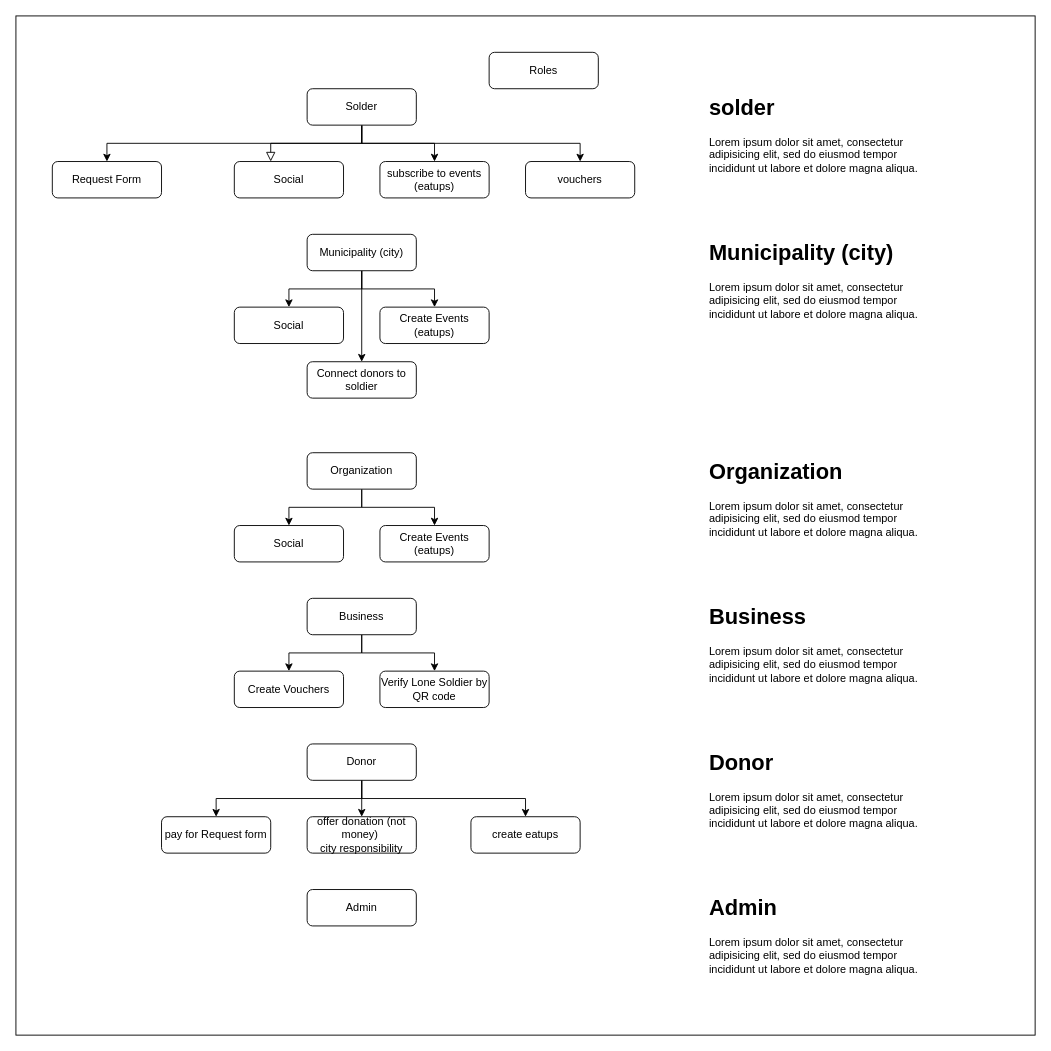
Above: lonesoldier.drawio in liavbenshimon/lone-soldier (draw.io), before the change. Source tidied: cells renumbered, new cells numbered last; positions are measured from the earlier drawing's top-left corner, leaving out a move shared by most shapes. Both pictures are drawn from the tidied source at 91%, with x=0, y=0 at pixel (15, 15).
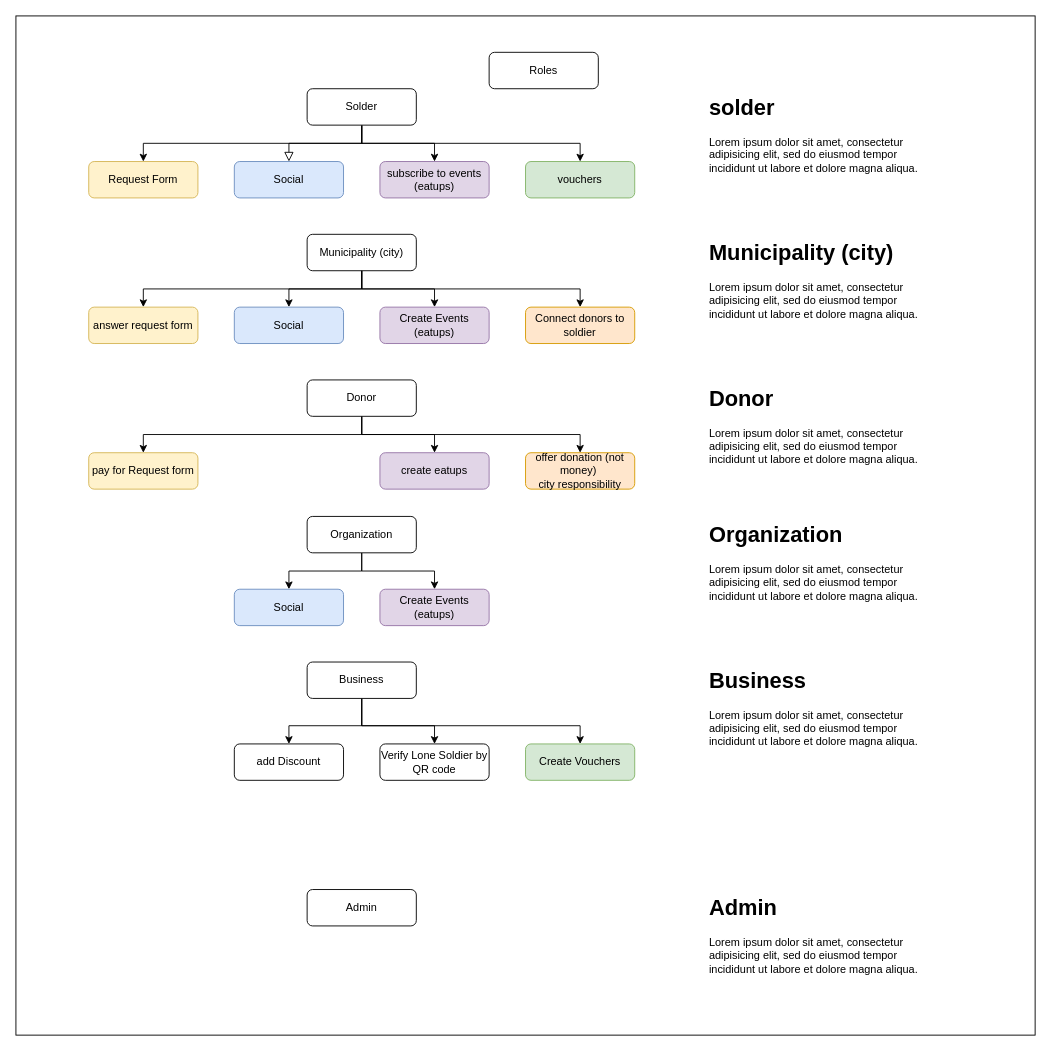
The same diagram, later.

Unchanged cells that the change refers to:
```xml
<mxCell id="7" value="Solder" style="rounded=1;whiteSpace=wrap;html=1;fontSize=12;glass=0;strokeWidth=1;shadow=0;" parent="1" vertex="1">
  <mxGeometry x="320" y="80" width="120" height="40" as="geometry" />
</mxCell>
<mxCell id="25" value="Municipality (city)" style="rounded=1;whiteSpace=wrap;html=1;fontSize=12;glass=0;strokeWidth=1;shadow=0;" parent="1" vertex="1">
  <mxGeometry x="320" y="240" width="120" height="40" as="geometry" />
</mxCell>
```

Diff of the diagram source:
```diff
@@
-    <mxCell id="3" style="rounded=0;html=1;jettySize=auto;fontSize=11;endArrow=block;endFill=0;endSize=8;strokeWidth=1;shadow=0;labelBackgroundColor=none;edgeStyle=orthogonalEdgeStyle;" parent="1" edge="1" source="7">
+    <mxCell id="3" style="rounded=0;html=1;jettySize=auto;fontSize=11;endArrow=block;endFill=0;endSize=8;strokeWidth=1;shadow=0;labelBackgroundColor=none;edgeStyle=orthogonalEdgeStyle;entryX=0.5;entryY=0;entryDx=0;entryDy=0;" parent="1" edge="1" source="7" target="11">
       <mxGeometry relative="1" as="geometry">
-        <mxPoint x="280" y="160" as="targetPoint" />
         <Array as="points">
           <mxPoint x="380" y="140" />
-          <mxPoint x="280" y="140" />
+          <mxPoint x="300" y="140" />
         </Array>
       </mxGeometry>
     </mxCell>
@@
     <mxCell id="6" style="edgeStyle=orthogonalEdgeStyle;rounded=0;jettySize=auto;html=1;entryX=0.5;entryY=0;entryDx=0;entryDy=0;" parent="1" edge="1" source="7" target="14">
       <mxGeometry relative="1" as="geometry">
         <Array as="points">
           <mxPoint x="380" y="140" />
-          <mxPoint x="100" y="140" />
+          <mxPoint x="140" y="140" />
         </Array>
       </mxGeometry>
     </mxCell>
@@
     <mxCell id="10" value="Organization" style="rounded=1;whiteSpace=wrap;html=1;fontSize=12;glass=0;strokeWidth=1;shadow=0;" parent="1" vertex="1">
-      <mxGeometry x="320" y="480" width="120" height="40" as="geometry" />
+      <mxGeometry x="320" y="550" width="120" height="40" as="geometry" />
     </mxCell>
-    <mxCell id="11" value="Social" style="rounded=1;whiteSpace=wrap;html=1;fontSize=12;glass=0;strokeWidth=1;shadow=0;" parent="1" vertex="1">
+    <mxCell id="11" value="Social" style="rounded=1;whiteSpace=wrap;html=1;fontSize=12;glass=0;strokeWidth=1;shadow=0;fillColor=#dae8fc;strokeColor=#6c8ebf;" parent="1" vertex="1">
       <mxGeometry x="240" y="160" width="120" height="40" as="geometry" />
     </mxCell>
-    <mxCell id="12" value="subscribe to events&lt;br&gt;(eatups)" style="rounded=1;whiteSpace=wrap;html=1;fontSize=12;glass=0;strokeWidth=1;shadow=0;" parent="1" vertex="1">
+    <mxCell id="12" value="subscribe to events&lt;br&gt;(eatups)" style="rounded=1;whiteSpace=wrap;html=1;fontSize=12;glass=0;strokeWidth=1;shadow=0;fillColor=#e1d5e7;strokeColor=#9673a6;" parent="1" vertex="1">
       <mxGeometry x="400" y="160" width="120" height="40" as="geometry" />
     </mxCell>
-    <mxCell id="13" value="vouchers" style="rounded=1;whiteSpace=wrap;html=1;fontSize=12;glass=0;strokeWidth=1;shadow=0;" parent="1" vertex="1">
+    <mxCell id="13" value="vouchers" style="rounded=1;whiteSpace=wrap;html=1;fontSize=12;glass=0;strokeWidth=1;shadow=0;fillColor=#d5e8d4;strokeColor=#82b366;" parent="1" vertex="1">
       <mxGeometry x="560" y="160" width="120" height="40" as="geometry" />
     </mxCell>
-    <mxCell id="14" value="Request Form" style="rounded=1;whiteSpace=wrap;html=1;fontSize=12;glass=0;strokeWidth=1;shadow=0;" parent="1" vertex="1">
-      <mxGeometry x="40" y="160" width="120" height="40" as="geometry" />
+    <mxCell id="14" value="Request Form" style="rounded=1;whiteSpace=wrap;html=1;fontSize=12;glass=0;strokeWidth=1;shadow=0;fillColor=#fff2cc;strokeColor=#d6b656;" parent="1" vertex="1">
+      <mxGeometry x="80" y="160" width="120" height="40" as="geometry" />
     </mxCell>
-    <mxCell id="15" value="Create Events (eatups)" style="rounded=1;whiteSpace=wrap;html=1;fontSize=12;glass=0;strokeWidth=1;shadow=0;" parent="1" vertex="1">
-      <mxGeometry x="400" y="560" width="120" height="40" as="geometry" />
+    <mxCell id="15" value="Create Events (eatups)" style="rounded=1;whiteSpace=wrap;html=1;fontSize=12;glass=0;strokeWidth=1;shadow=0;fillColor=#e1d5e7;strokeColor=#9673a6;" parent="1" vertex="1">
+      <mxGeometry x="400" y="630" width="120" height="40" as="geometry" />
     </mxCell>
-    <mxCell id="16" value="Social" style="rounded=1;whiteSpace=wrap;html=1;fontSize=12;glass=0;strokeWidth=1;shadow=0;" parent="1" vertex="1">
-      <mxGeometry x="240" y="560" width="120" height="40" as="geometry" />
+    <mxCell id="16" value="Social" style="rounded=1;whiteSpace=wrap;html=1;fontSize=12;glass=0;strokeWidth=1;shadow=0;fillColor=#dae8fc;strokeColor=#6c8ebf;" parent="1" vertex="1">
+      <mxGeometry x="240" y="630" width="120" height="40" as="geometry" />
     </mxCell>
     <mxCell id="17" style="edgeStyle=orthogonalEdgeStyle;rounded=0;jettySize=auto;html=1;" parent="1" edge="1" source="19" target="20">
-      <mxGeometry relative="1" as="geometry" />
+      <mxGeometry relative="1" as="geometry">
+        <Array as="points">
+          <mxPoint x="380" y="780" />
+          <mxPoint x="620" y="780" />
+        </Array>
+      </mxGeometry>
     </mxCell>
     <mxCell id="18" style="edgeStyle=orthogonalEdgeStyle;rounded=0;jettySize=auto;html=1;" parent="1" edge="1" source="19" target="21">
-      <mxGeometry relative="1" as="geometry" />
+      <mxGeometry relative="1" as="geometry">
+        <Array as="points">
+          <mxPoint x="380" y="780" />
+          <mxPoint x="460" y="780" />
+        </Array>
+      </mxGeometry>
     </mxCell>
+    <mxCell id="44" style="edgeStyle=orthogonalEdgeStyle;rounded=0;jettySize=auto;html=1;" parent="1" edge="1" source="19" target="47">
+      <mxGeometry relative="1" as="geometry">
+        <Array as="points">
+          <mxPoint x="380" y="780" />
+          <mxPoint x="300" y="780" />
+        </Array>
+      </mxGeometry>
+    </mxCell>
     <mxCell id="19" value="Business" style="rounded=1;whiteSpace=wrap;html=1;fontSize=12;glass=0;strokeWidth=1;shadow=0;" parent="1" vertex="1">
-      <mxGeometry x="320" y="640" width="120" height="40" as="geometry" />
+      <mxGeometry x="320" y="710" width="120" height="40" as="geometry" />
     </mxCell>
-    <mxCell id="20" value="Create Vouchers" style="rounded=1;whiteSpace=wrap;html=1;fontSize=12;glass=0;strokeWidth=1;shadow=0;" parent="1" vertex="1">
-      <mxGeometry x="240" y="720" width="120" height="40" as="geometry" />
+    <mxCell id="20" value="Create Vouchers" style="rounded=1;whiteSpace=wrap;html=1;fontSize=12;glass=0;strokeWidth=1;shadow=0;fillColor=#d5e8d4;strokeColor=#82b366;" parent="1" vertex="1">
+      <mxGeometry x="560" y="800" width="120" height="40" as="geometry" />
     </mxCell>
     <mxCell id="21" value="Verify Lone Soldier by QR code" style="rounded=1;whiteSpace=wrap;html=1;fontSize=12;glass=0;strokeWidth=1;shadow=0;" parent="1" vertex="1">
-      <mxGeometry x="400" y="720" width="120" height="40" as="geometry" />
+      <mxGeometry x="400" y="800" width="120" height="40" as="geometry" />
     </mxCell>
     <mxCell id="22" style="edgeStyle=orthogonalEdgeStyle;rounded=0;jettySize=auto;html=1;" parent="1" edge="1" source="25" target="26">
-      <mxGeometry relative="1" as="geometry" />
+      <mxGeometry relative="1" as="geometry">
+        <Array as="points">
+          <mxPoint x="380" y="300" />
+          <mxPoint x="300" y="300" />
+        </Array>
+      </mxGeometry>
     </mxCell>
@@
     <mxCell id="24" style="edgeStyle=orthogonalEdgeStyle;rounded=0;jettySize=auto;html=1;entryX=0.5;entryY=0;entryDx=0;entryDy=0;" parent="1" edge="1" source="25" target="28">
-      <mxGeometry relative="1" as="geometry" />
+      <mxGeometry relative="1" as="geometry">
+        <Array as="points">
+          <mxPoint x="380" y="300" />
+          <mxPoint x="140" y="300" />
+        </Array>
+      </mxGeometry>
     </mxCell>
@@
-    <mxCell id="26" value="Social" style="rounded=1;whiteSpace=wrap;html=1;fontSize=12;glass=0;strokeWidth=1;shadow=0;" parent="1" vertex="1">
+    <mxCell id="26" value="Social" style="rounded=1;whiteSpace=wrap;html=1;fontSize=12;glass=0;strokeWidth=1;shadow=0;fillColor=#dae8fc;strokeColor=#6c8ebf;" parent="1" vertex="1">
       <mxGeometry x="240" y="320" width="120" height="40" as="geometry" />
     </mxCell>
-    <mxCell id="27" value="Create Events (eatups)" style="rounded=1;whiteSpace=wrap;html=1;fontSize=12;glass=0;strokeWidth=1;shadow=0;" parent="1" vertex="1">
+    <mxCell id="27" value="Create Events (eatups)" style="rounded=1;whiteSpace=wrap;html=1;fontSize=12;glass=0;strokeWidth=1;shadow=0;fillColor=#e1d5e7;strokeColor=#9673a6;" parent="1" vertex="1">
       <mxGeometry x="400" y="320" width="120" height="40" as="geometry" />
     </mxCell>
-    <mxCell id="28" value="Connect donors to soldier" style="rounded=1;whiteSpace=wrap;html=1;fontSize=12;glass=0;strokeWidth=1;shadow=0;" parent="1" vertex="1">
-      <mxGeometry x="320" y="380" width="120" height="40" as="geometry" />
+    <mxCell id="28" value="answer request form" style="rounded=1;whiteSpace=wrap;html=1;fontSize=12;glass=0;strokeWidth=1;shadow=0;fillColor=#fff2cc;strokeColor=#d6b656;" parent="1" vertex="1">
+      <mxGeometry x="80" y="320" width="120" height="40" as="geometry" />
     </mxCell>
     <mxCell id="29" style="edgeStyle=orthogonalEdgeStyle;rounded=0;jettySize=auto;html=1;" parent="1" edge="1" source="32" target="33">
       <mxGeometry relative="1" as="geometry">
         <Array as="points">
-          <mxPoint x="380" y="860" />
-          <mxPoint x="220" y="860" />
+          <mxPoint x="380" y="460" />
+          <mxPoint x="140" y="460" />
         </Array>
       </mxGeometry>
     </mxCell>
     <mxCell id="30" style="edgeStyle=orthogonalEdgeStyle;rounded=0;jettySize=auto;html=1;" parent="1" edge="1" source="32" target="34">
-      <mxGeometry relative="1" as="geometry" />
+      <mxGeometry relative="1" as="geometry">
+        <Array as="points">
+          <mxPoint x="380" y="460" />
+          <mxPoint x="620" y="460" />
+        </Array>
+      </mxGeometry>
     </mxCell>
     <mxCell id="31" style="edgeStyle=orthogonalEdgeStyle;rounded=0;jettySize=auto;html=1;" parent="1" edge="1" source="32" target="35">
       <mxGeometry relative="1" as="geometry">
         <Array as="points">
-          <mxPoint x="380" y="860" />
-          <mxPoint x="560" y="860" />
+          <mxPoint x="380" y="460" />
+          <mxPoint x="460" y="460" />
         </Array>
       </mxGeometry>
     </mxCell>
     <mxCell id="32" value="Donor" style="rounded=1;whiteSpace=wrap;html=1;fontSize=12;glass=0;strokeWidth=1;shadow=0;" parent="1" vertex="1">
-      <mxGeometry x="320" y="800" width="120" height="40" as="geometry" />
+      <mxGeometry x="320" y="400" width="120" height="40" as="geometry" />
     </mxCell>
-    <mxCell id="33" value="pay for Request form" style="rounded=1;whiteSpace=wrap;html=1;fontSize=12;glass=0;strokeWidth=1;shadow=0;" parent="1" vertex="1">
-      <mxGeometry x="160" y="880" width="120" height="40" as="geometry" />
+    <mxCell id="33" value="pay for Request form" style="rounded=1;whiteSpace=wrap;html=1;fontSize=12;glass=0;strokeWidth=1;shadow=0;fillColor=#fff2cc;strokeColor=#d6b656;" parent="1" vertex="1">
+      <mxGeometry x="80" y="480" width="120" height="40" as="geometry" />
     </mxCell>
-    <mxCell id="34" value="offer donation (not money)&amp;nbsp;&lt;br&gt;city responsibility" style="rounded=1;whiteSpace=wrap;html=1;fontSize=12;glass=0;strokeWidth=1;shadow=0;" parent="1" vertex="1">
-      <mxGeometry x="320" y="880" width="120" height="40" as="geometry" />
+    <mxCell id="34" value="offer donation (not money)&amp;nbsp;&lt;br&gt;city responsibility" style="rounded=1;whiteSpace=wrap;html=1;fontSize=12;glass=0;strokeWidth=1;shadow=0;fillColor=#ffe6cc;strokeColor=#d79b00;" parent="1" vertex="1">
+      <mxGeometry x="560" y="480" width="120" height="40" as="geometry" />
     </mxCell>
-    <mxCell id="35" value="create eatups" style="rounded=1;whiteSpace=wrap;html=1;fontSize=12;glass=0;strokeWidth=1;shadow=0;" parent="1" vertex="1">
-      <mxGeometry x="500" y="880" width="120" height="40" as="geometry" />
+    <mxCell id="35" value="create eatups" style="rounded=1;whiteSpace=wrap;html=1;fontSize=12;glass=0;strokeWidth=1;shadow=0;fillColor=#e1d5e7;strokeColor=#9673a6;" parent="1" vertex="1">
+      <mxGeometry x="400" y="480" width="120" height="40" as="geometry" />
     </mxCell>
@@
     <mxCell id="38" value="&lt;h1 style=&quot;margin-top: 0px;&quot;&gt;Organization&lt;/h1&gt;&lt;p&gt;Lorem ipsum dolor sit amet, consectetur adipisicing elit, sed do eiusmod tempor incididunt ut labore et dolore magna aliqua.&lt;/p&gt;" style="text;html=1;whiteSpace=wrap;overflow=hidden;rounded=0;" parent="1" vertex="1">
-      <mxGeometry x="760" y="480" width="240" height="120" as="geometry" />
+      <mxGeometry x="760" y="550" width="240" height="120" as="geometry" />
     </mxCell>
     <mxCell id="39" value="&lt;h1 style=&quot;margin-top: 0px;&quot;&gt;Business&lt;/h1&gt;&lt;p&gt;Lorem ipsum dolor sit amet, consectetur adipisicing elit, sed do eiusmod tempor incididunt ut labore et dolore magna aliqua.&lt;/p&gt;" style="text;html=1;whiteSpace=wrap;overflow=hidden;rounded=0;" parent="1" vertex="1">
-      <mxGeometry x="760" y="640" width="240" height="120" as="geometry" />
+      <mxGeometry x="760" y="710" width="240" height="120" as="geometry" />
     </mxCell>
     <mxCell id="40" value="&lt;h1 style=&quot;margin-top: 0px;&quot;&gt;Donor&lt;/h1&gt;&lt;p&gt;Lorem ipsum dolor sit amet, consectetur adipisicing elit, sed do eiusmod tempor incididunt ut labore et dolore magna aliqua.&lt;/p&gt;" style="text;html=1;whiteSpace=wrap;overflow=hidden;rounded=0;" parent="1" vertex="1">
-      <mxGeometry x="760" y="800" width="240" height="120" as="geometry" />
+      <mxGeometry x="760" y="400" width="240" height="120" as="geometry" />
     </mxCell>
@@
+    <mxCell id="45" style="edgeStyle=orthogonalEdgeStyle;rounded=0;jettySize=auto;html=1;" parent="1" edge="1" source="25" target="46">
+      <mxGeometry relative="1" as="geometry">
+        <Array as="points">
+          <mxPoint x="380" y="300" />
+          <mxPoint x="620" y="300" />
+        </Array>
+      </mxGeometry>
+    </mxCell>
+    <mxCell id="46" value="Connect donors to soldier" style="rounded=1;whiteSpace=wrap;html=1;fontSize=12;glass=0;strokeWidth=1;shadow=0;fillColor=#ffe6cc;strokeColor=#d79b00;" parent="1" vertex="1">
+      <mxGeometry x="560" y="320" width="120" height="40" as="geometry" />
+    </mxCell>
+    <mxCell id="47" value="add Discount" style="rounded=1;whiteSpace=wrap;html=1;fontSize=12;glass=0;strokeWidth=1;shadow=0;" parent="1" vertex="1">
+      <mxGeometry x="240" y="800" width="120" height="40" as="geometry" />
+    </mxCell>
```
